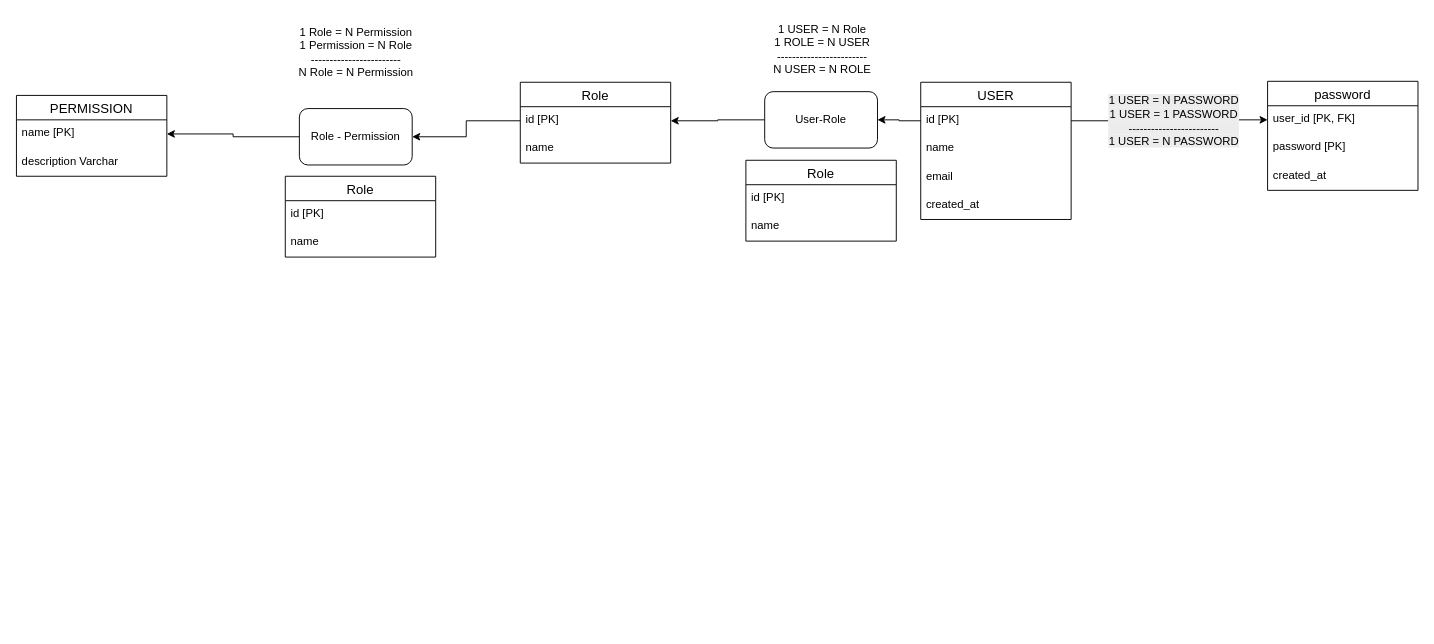
Earlier version of the draw.io diagram page "Architecture" (1 of 2) of Project/Blogging Site/Blogging Site.drawio (SanjeetDutt/Technology-Stack). Source tidied: cells renumbered, new cells numbered last; positions are measured from the earlier drawing's top-left corner, leaving out a move shared by most shapes. Both pictures are drawn from the tidied source at 94%, with x=0, y=0 at pixel (16, 16).
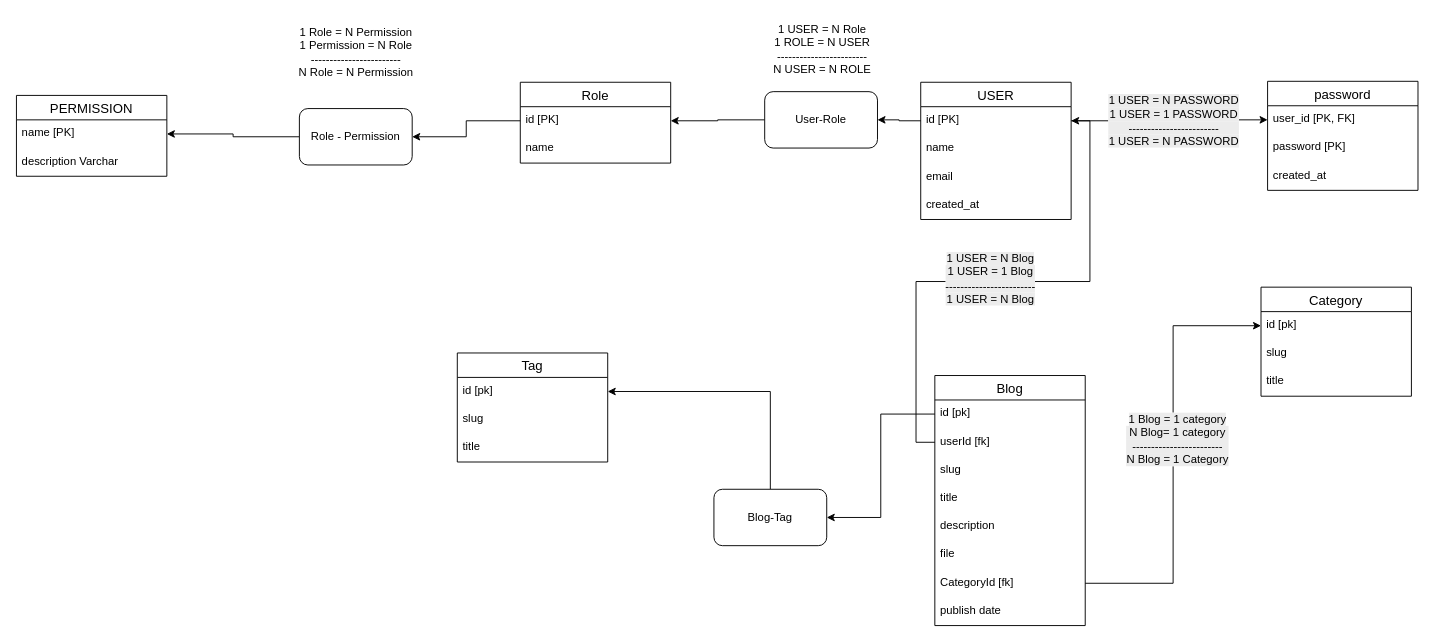
The same page after the edit.

Commit message (it also covers changes not shown here):
Added tables for blogging

The change refers to these unchanged cells:
```xml
<mxCell id="3" value="&lt;div&gt;id [PK]&lt;br&gt;&lt;/div&gt;" style="text;strokeColor=none;fillColor=none;spacingLeft=4;spacingRight=4;overflow=hidden;points=[[0,0.5],[1,0.5]];portConstraint=eastwest;fontSize=12;whiteSpace=wrap;html=1;" parent="2" vertex="1">
  <mxGeometry y="26" width="160" height="30" as="geometry" />
</mxCell>
```

What changed in the source:
```diff
@@
-    <mxCell id="27" value="Role" style="swimlane;fontStyle=0;horizontal=1;startSize=26;align=center;fontSize=14;" parent="1" vertex="1">
-      <mxGeometry x="286" y="170" width="160" height="86" as="geometry" />
-    </mxCell>
-    <mxCell id="28" value="id [PK]" style="text;strokeColor=none;fillColor=none;spacingLeft=4;spacingRight=4;overflow=hidden;fontSize=12;whiteSpace=wrap;html=1;" parent="27" vertex="1">
-      <mxGeometry y="26" width="160" height="30" as="geometry" />
-    </mxCell>
-    <mxCell id="29" value="name" style="text;strokeColor=none;fillColor=none;spacingLeft=4;spacingRight=4;overflow=hidden;fontSize=12;whiteSpace=wrap;html=1;" parent="27" vertex="1">
-      <mxGeometry y="56" width="160" height="30" as="geometry" />
-    </mxCell>
-    <mxCell id="30" value="Role" style="swimlane;fontStyle=0;horizontal=1;startSize=26;align=center;fontSize=14;" parent="1" vertex="1">
-      <mxGeometry x="776" y="153" width="160" height="86" as="geometry" />
-    </mxCell>
-    <mxCell id="31" value="id [PK]" style="text;strokeColor=none;fillColor=none;spacingLeft=4;spacingRight=4;overflow=hidden;fontSize=12;whiteSpace=wrap;html=1;" parent="30" vertex="1">
-      <mxGeometry y="26" width="160" height="30" as="geometry" />
-    </mxCell>
-    <mxCell id="32" value="name" style="text;strokeColor=none;fillColor=none;spacingLeft=4;spacingRight=4;overflow=hidden;fontSize=12;whiteSpace=wrap;html=1;" parent="30" vertex="1">
-      <mxGeometry y="56" width="160" height="30" as="geometry" />
-    </mxCell>
+    <mxCell id="33" value="Blog" style="swimlane;fontStyle=0;horizontal=1;startSize=26;align=center;fontSize=14;" parent="1" vertex="1">
+      <mxGeometry x="977" y="382" width="160" height="266" as="geometry" />
+    </mxCell>
+    <mxCell id="34" value="id [pk]" style="text;strokeColor=none;fillColor=none;spacingLeft=4;spacingRight=4;overflow=hidden;points=[[0,0.5],[1,0.5]];portConstraint=eastwest;fontSize=12;whiteSpace=wrap;html=1;" parent="33" vertex="1">
+      <mxGeometry y="26" width="160" height="30" as="geometry" />
+    </mxCell>
+    <mxCell id="35" value="userId [fk]" style="text;strokeColor=none;fillColor=none;spacingLeft=4;spacingRight=4;overflow=hidden;points=[[0,0.5],[1,0.5]];portConstraint=eastwest;fontSize=12;whiteSpace=wrap;html=1;" parent="33" vertex="1">
+      <mxGeometry y="56" width="160" height="30" as="geometry" />
+    </mxCell>
+    <mxCell id="36" value="slug" style="text;strokeColor=none;fillColor=none;spacingLeft=4;spacingRight=4;overflow=hidden;fontSize=12;whiteSpace=wrap;html=1;" parent="33" vertex="1">
+      <mxGeometry y="86" width="160" height="30" as="geometry" />
+    </mxCell>
+    <mxCell id="37" value="title" style="text;strokeColor=none;fillColor=none;spacingLeft=4;spacingRight=4;overflow=hidden;fontSize=12;whiteSpace=wrap;html=1;" parent="33" vertex="1">
+      <mxGeometry y="116" width="160" height="30" as="geometry" />
+    </mxCell>
+    <mxCell id="38" value="description" style="text;strokeColor=none;fillColor=none;spacingLeft=4;spacingRight=4;overflow=hidden;fontSize=12;whiteSpace=wrap;html=1;" parent="33" vertex="1">
+      <mxGeometry y="146" width="160" height="30" as="geometry" />
+    </mxCell>
+    <mxCell id="39" value="file" style="text;strokeColor=none;fillColor=none;spacingLeft=4;spacingRight=4;overflow=hidden;fontSize=12;whiteSpace=wrap;html=1;" parent="33" vertex="1">
+      <mxGeometry y="176" width="160" height="30" as="geometry" />
+    </mxCell>
+    <mxCell id="40" value="CategoryId [fk]" style="text;strokeColor=none;fillColor=none;spacingLeft=4;spacingRight=4;overflow=hidden;points=[[0,0.5],[1,0.5]];portConstraint=eastwest;fontSize=12;whiteSpace=wrap;html=1;" parent="33" vertex="1">
+      <mxGeometry y="206" width="160" height="30" as="geometry" />
+    </mxCell>
+    <mxCell id="41" value="publish date" style="text;strokeColor=none;fillColor=none;spacingLeft=4;spacingRight=4;overflow=hidden;fontSize=12;whiteSpace=wrap;html=1;" parent="33" vertex="1">
+      <mxGeometry y="236" width="160" height="30" as="geometry" />
+    </mxCell>
+    <mxCell id="42" style="edgeStyle=orthogonalEdgeStyle;rounded=0;jettySize=auto;html=1;" parent="1" edge="1" source="35" target="3">
+      <mxGeometry relative="1" as="geometry" />
+    </mxCell>
+    <mxCell id="43" value="&lt;span style=&quot;font-size: 12px; background-color: rgb(236, 236, 236);&quot;&gt;1 USER = N Blog&lt;/span&gt;&lt;div style=&quot;font-size: 12px; background-color: rgb(236, 236, 236);&quot;&gt;1 USER = 1 Blog&lt;/div&gt;&lt;div style=&quot;font-size: 12px; background-color: rgb(236, 236, 236);&quot;&gt;------------------------&lt;/div&gt;&lt;div style=&quot;font-size: 12px; background-color: rgb(236, 236, 236);&quot;&gt;1 USER = N Blog&lt;/div&gt;" style="edgeLabel;html=1;align=center;verticalAlign=middle;" parent="42" vertex="1">
+      <mxGeometry x="-0.05" y="4" relative="1" as="geometry" />
+    </mxCell>
+    <mxCell id="44" value="Category" style="swimlane;fontStyle=0;horizontal=1;startSize=26;align=center;fontSize=14;" parent="1" vertex="1">
+      <mxGeometry x="1324" y="288" width="160" height="116" as="geometry" />
+    </mxCell>
+    <mxCell id="45" value="id [pk]" style="text;strokeColor=none;fillColor=none;spacingLeft=4;spacingRight=4;overflow=hidden;points=[[0,0.5],[1,0.5]];portConstraint=eastwest;fontSize=12;whiteSpace=wrap;html=1;" parent="44" vertex="1">
+      <mxGeometry y="26" width="160" height="30" as="geometry" />
+    </mxCell>
+    <mxCell id="46" value="slug" style="text;strokeColor=none;fillColor=none;spacingLeft=4;spacingRight=4;overflow=hidden;fontSize=12;whiteSpace=wrap;html=1;" parent="44" vertex="1">
+      <mxGeometry y="56" width="160" height="30" as="geometry" />
+    </mxCell>
+    <mxCell id="47" value="title" style="text;strokeColor=none;fillColor=none;spacingLeft=4;spacingRight=4;overflow=hidden;fontSize=12;whiteSpace=wrap;html=1;" parent="44" vertex="1">
+      <mxGeometry y="86" width="160" height="30" as="geometry" />
+    </mxCell>
+    <mxCell id="48" style="edgeStyle=orthogonalEdgeStyle;rounded=0;jettySize=auto;html=1;" parent="1" edge="1" source="40" target="45">
+      <mxGeometry relative="1" as="geometry" />
+    </mxCell>
+    <mxCell id="49" value="&lt;span style=&quot;font-size: 12px; background-color: rgb(236, 236, 236);&quot;&gt;1 Blog = 1 category&lt;/span&gt;&lt;div style=&quot;font-size: 12px; background-color: rgb(236, 236, 236);&quot;&gt;N Blog= 1 category&lt;/div&gt;&lt;div style=&quot;font-size: 12px; background-color: rgb(236, 236, 236);&quot;&gt;------------------------&lt;/div&gt;&lt;div style=&quot;font-size: 12px; background-color: rgb(236, 236, 236);&quot;&gt;N Blog = 1 Category&lt;/div&gt;" style="edgeLabel;html=1;align=center;verticalAlign=middle;" parent="48" vertex="1">
+      <mxGeometry x="0.07" y="-4" relative="1" as="geometry" />
+    </mxCell>
+    <mxCell id="50" value="Tag" style="swimlane;fontStyle=0;horizontal=1;startSize=26;align=center;fontSize=14;" parent="1" vertex="1">
+      <mxGeometry x="469" y="358" width="160" height="116" as="geometry" />
+    </mxCell>
+    <mxCell id="51" value="id [pk]" style="text;strokeColor=none;fillColor=none;spacingLeft=4;spacingRight=4;overflow=hidden;points=[[0,0.5],[1,0.5]];portConstraint=eastwest;fontSize=12;whiteSpace=wrap;html=1;" parent="50" vertex="1">
+      <mxGeometry y="26" width="160" height="30" as="geometry" />
+    </mxCell>
+    <mxCell id="52" value="slug" style="text;strokeColor=none;fillColor=none;spacingLeft=4;spacingRight=4;overflow=hidden;fontSize=12;whiteSpace=wrap;html=1;" parent="50" vertex="1">
+      <mxGeometry y="56" width="160" height="30" as="geometry" />
+    </mxCell>
+    <mxCell id="53" value="title" style="text;strokeColor=none;fillColor=none;spacingLeft=4;spacingRight=4;overflow=hidden;fontSize=12;whiteSpace=wrap;html=1;" parent="50" vertex="1">
+      <mxGeometry y="86" width="160" height="30" as="geometry" />
+    </mxCell>
+    <mxCell id="54" style="edgeStyle=orthogonalEdgeStyle;rounded=0;jettySize=auto;html=1;" parent="1" edge="1" source="55" target="51">
+      <mxGeometry relative="1" as="geometry" />
+    </mxCell>
+    <mxCell id="55" value="Blog-Tag" style="rounded=1;whiteSpace=wrap;html=1;" parent="1" vertex="1">
+      <mxGeometry x="742" y="503" width="120" height="60" as="geometry" />
+    </mxCell>
+    <mxCell id="56" style="edgeStyle=orthogonalEdgeStyle;rounded=0;jettySize=auto;html=1;entryX=1;entryY=0.5;entryDx=0;entryDy=0;" parent="1" edge="1" source="34" target="55">
+      <mxGeometry relative="1" as="geometry" />
+    </mxCell>
```
